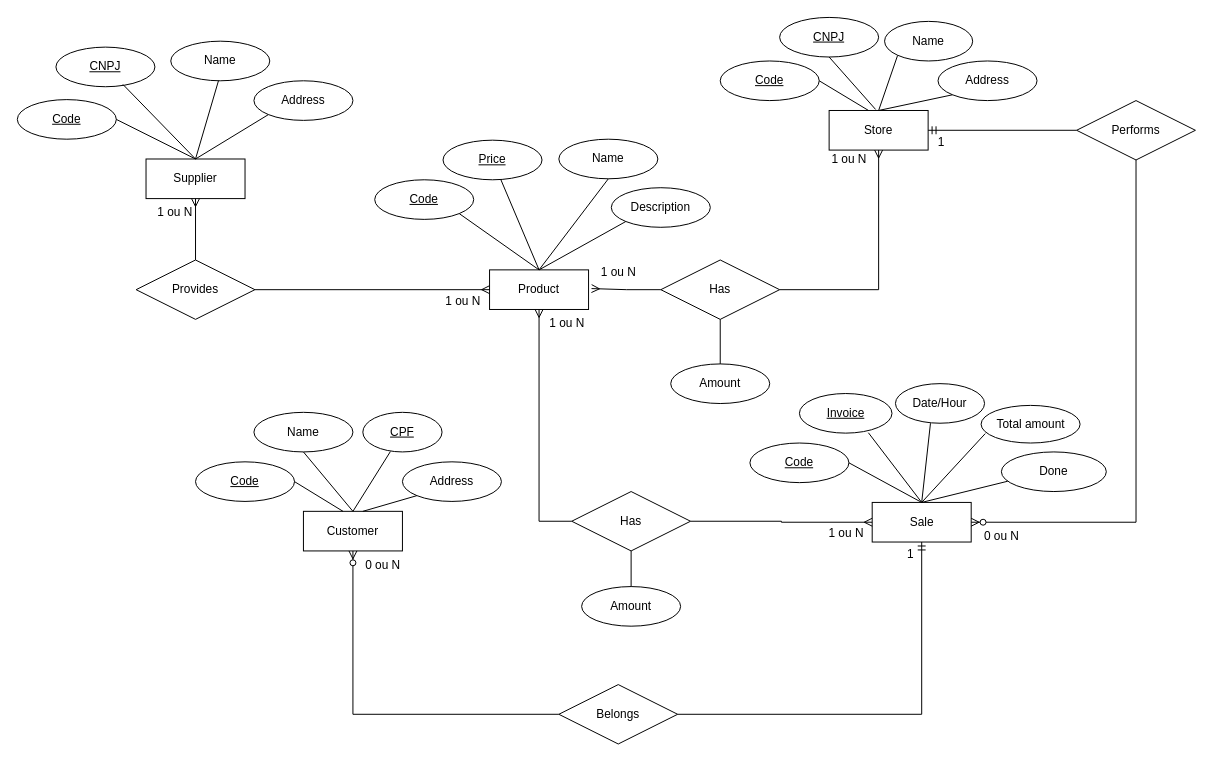
Earlier version of the draw.io diagram .gitlab/raro_geek.drawio (sabrinagomesb/raro-academy-09-geek-store). Source tidied: cells renumbered, new cells numbered last; positions are measured from the earlier drawing's top-left corner, leaving out a move shared by most shapes. Both pictures are drawn from the tidied source at 99%, with x=0, y=0 at pixel (17, 17).
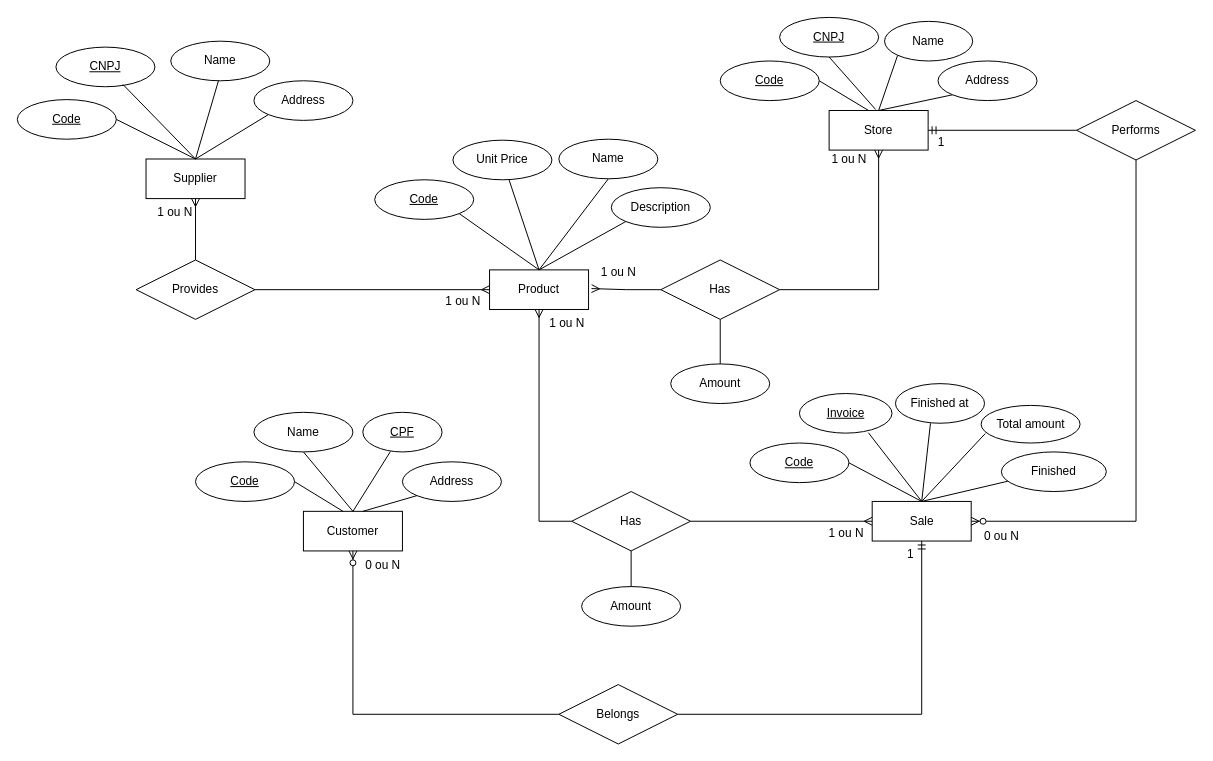
The same page after the edit.

Commit message (it also covers changes not shown here):
fix: faz ajustes nos diagramas

What changed in the source:
```diff
@@
-    <mxCell id="3" value="Price" style="ellipse;whiteSpace=wrap;html=1;align=center;fontStyle=4;" parent="1" vertex="1">
-      <mxGeometry x="430" y="124.1" width="100" height="40" as="geometry" />
+    <mxCell id="3" value="Unit Price" style="ellipse;whiteSpace=wrap;html=1;align=center;fontStyle=0;" parent="1" vertex="1">
+      <mxGeometry x="440" y="124.1" width="100" height="40" as="geometry" />
     </mxCell>
@@
     <mxCell id="29" value="Sale" style="whiteSpace=wrap;html=1;align=center;" parent="1" vertex="1">
-      <mxGeometry x="863.5" y="490" width="100" height="40" as="geometry" />
+      <mxGeometry x="863.5" y="489" width="100" height="40" as="geometry" />
     </mxCell>
@@
-    <mxCell id="35" value="Date/Hour" style="ellipse;whiteSpace=wrap;html=1;align=center;" parent="1" vertex="1">
+    <mxCell id="35" value="Finished at" style="ellipse;whiteSpace=wrap;html=1;align=center;" parent="1" vertex="1">
       <mxGeometry x="887" y="370" width="90" height="40" as="geometry" />
     </mxCell>
-    <mxCell id="36" value="Done" style="ellipse;whiteSpace=wrap;html=1;align=center;" parent="1" vertex="1">
+    <mxCell id="36" value="Finished" style="ellipse;whiteSpace=wrap;html=1;align=center;" parent="1" vertex="1">
       <mxGeometry x="994" y="439" width="106" height="40" as="geometry" />
     </mxCell>
```
